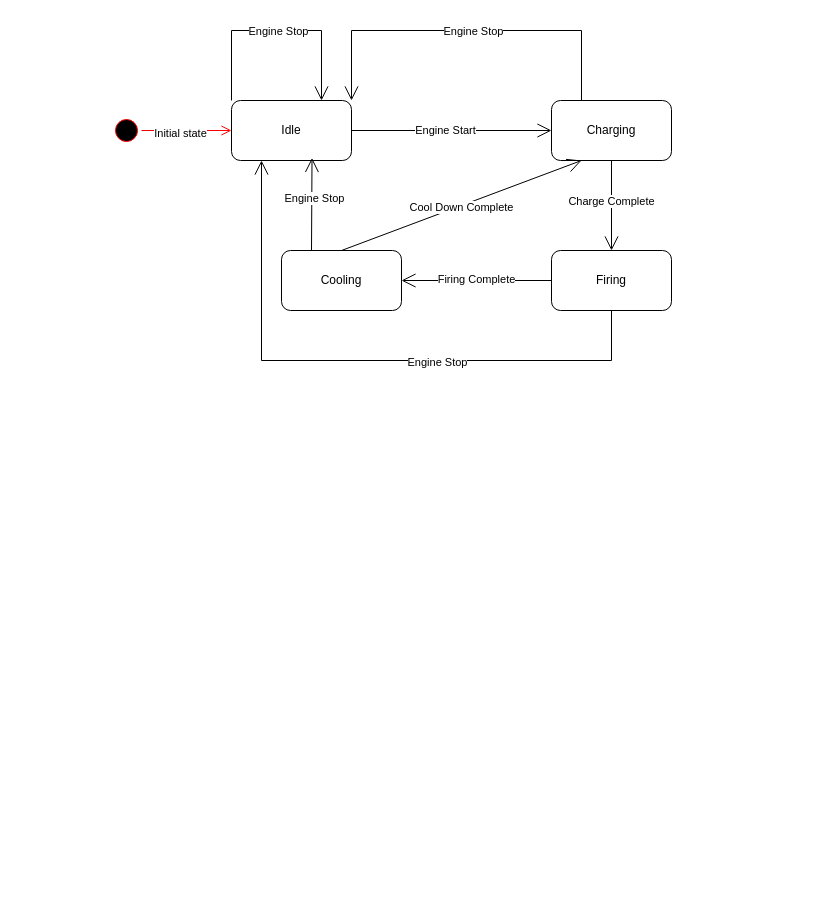
This is Untitled Diagram.drawio from Mohammad-Si/convide-A02-MVE, a draw.io file, before an edit. Source tidied: cells renumbered, new cells numbered last; positions are measured from the earlier drawing's top-left corner, leaving out a move shared by most shapes. Both pictures are drawn from the tidied source at 100%, with x=0, y=0 at pixel (111, 30).
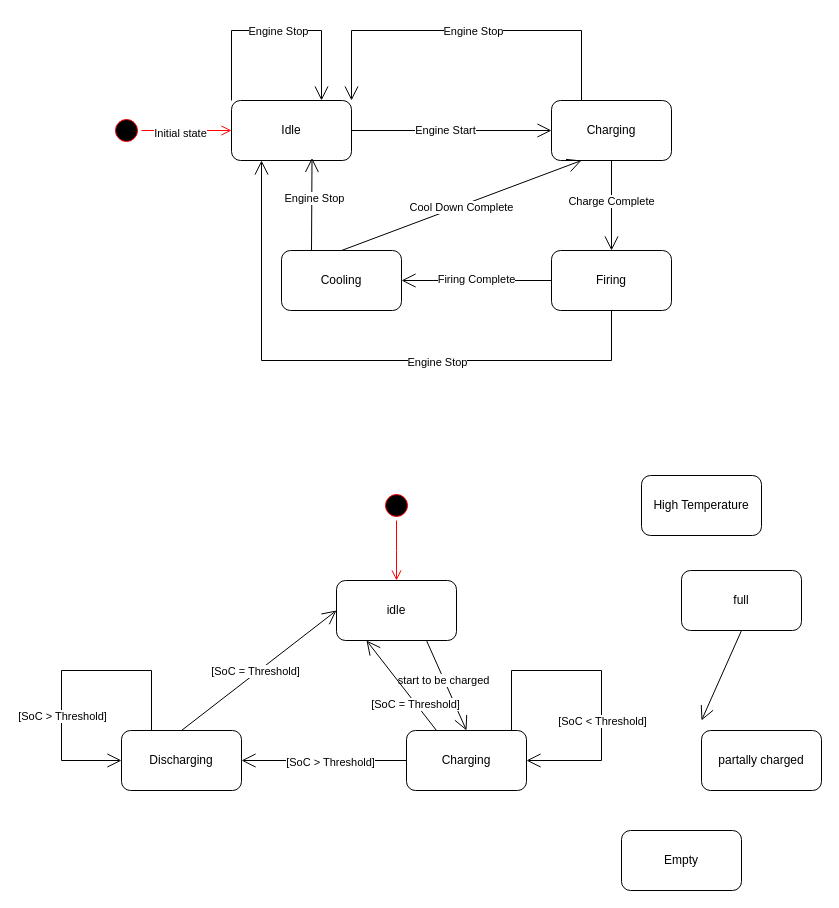
After the change.

Commit message:
#initializing passive charging

What changed in the source:
```diff
@@
+    <mxCell id="25" style="ellipse;html=1;shape=startState;fillColor=#000000;strokeColor=#ff0000;" parent="1" vertex="1">
+      <mxGeometry x="270" y="460" width="30" height="30" as="geometry" />
+    </mxCell>
+    <mxCell id="26" style="edgeStyle=orthogonalEdgeStyle;html=1;verticalAlign=bottom;endArrow=open;endSize=8;strokeColor=#ff0000;rounded=0;" parent="1" edge="1" source="25">
+      <mxGeometry relative="1" as="geometry">
+        <mxPoint x="285" y="550" as="targetPoint" />
+      </mxGeometry>
+    </mxCell>
+    <mxCell id="27" value="full" style="rounded=1;whiteSpace=wrap;html=1;" parent="1" vertex="1">
+      <mxGeometry x="570" y="540" width="120" height="60" as="geometry" />
+    </mxCell>
+    <mxCell id="28" value="High Temperature" style="rounded=1;whiteSpace=wrap;html=1;" parent="1" vertex="1">
+      <mxGeometry x="530" y="445" width="120" height="60" as="geometry" />
+    </mxCell>
+    <mxCell id="29" value="partally charged" style="rounded=1;whiteSpace=wrap;html=1;" parent="1" vertex="1">
+      <mxGeometry x="590" y="700" width="120" height="60" as="geometry" />
+    </mxCell>
+    <mxCell id="30" value="Empty" style="rounded=1;whiteSpace=wrap;html=1;" parent="1" vertex="1">
+      <mxGeometry x="510" y="800" width="120" height="60" as="geometry" />
+    </mxCell>
+    <mxCell id="31" style="endArrow=open;endFill=1;endSize=12;html=1;rounded=0;exitX=0.5;exitY=1;exitDx=0;exitDy=0;entryX=0.5;entryY=0;entryDx=0;entryDy=0;" parent="1" edge="1" source="27">
+      <mxGeometry relative="1" as="geometry">
+        <mxPoint x="590" y="690" as="targetPoint" />
+      </mxGeometry>
+    </mxCell>
+    <mxCell id="32" value="idle" style="rounded=1;whiteSpace=wrap;html=1;" parent="1" vertex="1">
+      <mxGeometry x="225" y="550" width="120" height="60" as="geometry" />
+    </mxCell>
+    <mxCell id="33" value="Charging" style="rounded=1;whiteSpace=wrap;html=1;" parent="1" vertex="1">
+      <mxGeometry x="295" y="700" width="120" height="60" as="geometry" />
+    </mxCell>
+    <mxCell id="34" style="endArrow=open;endFill=1;endSize=12;html=1;rounded=0;entryX=0.5;entryY=0;entryDx=0;entryDy=0;exitX=0.75;exitY=1;exitDx=0;exitDy=0;" parent="1" edge="1" source="32" target="33">
+      <mxGeometry relative="1" as="geometry" />
+    </mxCell>
+    <mxCell id="35" value="start to be charged" style="edgeLabel;html=1;align=center;verticalAlign=middle;" parent="34" vertex="1">
+      <mxGeometry x="-0.12" y="-1" relative="1" as="geometry" />
+    </mxCell>
+    <mxCell id="36" style="endArrow=open;endFill=1;endSize=12;html=1;rounded=0;exitX=0.75;exitY=0;exitDx=0;exitDy=0;edgeStyle=orthogonalEdgeStyle;entryX=1;entryY=0.5;entryDx=0;entryDy=0;" parent="1" edge="1" source="33" target="33">
+      <mxGeometry relative="1" as="geometry">
+        <Array as="points">
+          <mxPoint x="400" y="640" />
+          <mxPoint x="490" y="640" />
+          <mxPoint x="490" y="730" />
+        </Array>
+      </mxGeometry>
+    </mxCell>
+    <mxCell id="37" value="[SoC &amp;lt; Threshold]" style="edgeLabel;html=1;align=center;verticalAlign=middle;" parent="36" vertex="1">
+      <mxGeometry x="0.3" relative="1" as="geometry" />
+    </mxCell>
+    <mxCell id="38" style="endArrow=open;endFill=1;endSize=12;html=1;rounded=0;entryX=0.25;entryY=1;entryDx=0;entryDy=0;exitX=0.25;exitY=0;exitDx=0;exitDy=0;" parent="1" edge="1" source="33" target="32">
+      <mxGeometry relative="1" as="geometry" />
+    </mxCell>
+    <mxCell id="39" value="[SoC = Threshold]" style="edgeLabel;html=1;align=center;verticalAlign=middle;" parent="38" vertex="1">
+      <mxGeometry x="-0.4" y="1" relative="1" as="geometry" />
+    </mxCell>
+    <mxCell id="40" value="Discharging" style="rounded=1;whiteSpace=wrap;html=1;" parent="1" vertex="1">
+      <mxGeometry x="10" y="700" width="120" height="60" as="geometry" />
+    </mxCell>
+    <mxCell id="41" style="endArrow=open;endFill=1;endSize=12;html=1;rounded=0;entryX=1;entryY=0.5;entryDx=0;entryDy=0;exitX=0;exitY=0.5;exitDx=0;exitDy=0;" parent="1" edge="1" source="33" target="40">
+      <mxGeometry relative="1" as="geometry" />
+    </mxCell>
+    <mxCell id="42" value="[SoC &amp;gt; Threshold]" style="edgeLabel;html=1;align=center;verticalAlign=middle;" parent="41" vertex="1">
+      <mxGeometry x="-0.07" y="1" relative="1" as="geometry" />
+    </mxCell>
+    <mxCell id="43" style="endArrow=open;endFill=1;endSize=12;html=1;rounded=0;exitX=0.5;exitY=0;exitDx=0;exitDy=0;entryX=0;entryY=0.5;entryDx=0;entryDy=0;" parent="1" edge="1" source="40" target="32">
+      <mxGeometry relative="1" as="geometry" />
+    </mxCell>
+    <mxCell id="44" value="[SoC&amp;nbsp;= Threshold]" style="edgeLabel;html=1;align=center;verticalAlign=middle;" parent="43" vertex="1">
+      <mxGeometry x="-0.04" y="2" relative="1" as="geometry" />
+    </mxCell>
+    <mxCell id="45" style="endArrow=open;endFill=1;endSize=12;html=1;rounded=0;exitX=0.25;exitY=0;exitDx=0;exitDy=0;entryX=0;entryY=0.5;entryDx=0;entryDy=0;" parent="1" edge="1" source="40" target="40">
+      <mxGeometry relative="1" as="geometry">
+        <Array as="points">
+          <mxPoint x="40" y="640" />
+          <mxPoint x="-50" y="640" />
+          <mxPoint x="-50" y="730" />
+        </Array>
+      </mxGeometry>
+    </mxCell>
+    <mxCell id="46" value="[SoC &amp;gt; Threshold]" style="edgeLabel;html=1;align=center;verticalAlign=middle;" parent="45" vertex="1">
+      <mxGeometry x="0.3" relative="1" as="geometry" />
+    </mxCell>
```
